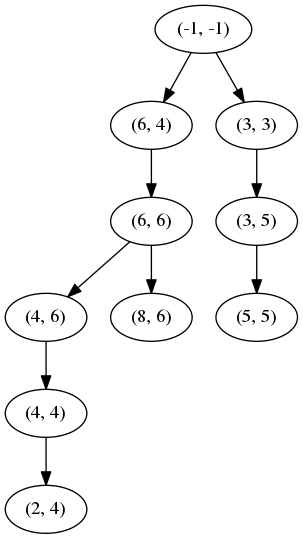
groupe25/LE_CHEMIN_DES_CHEFS keeps this Graphviz diagram as toto.png. Above is the earlier version. Its source is kept beside it as toto.dot.
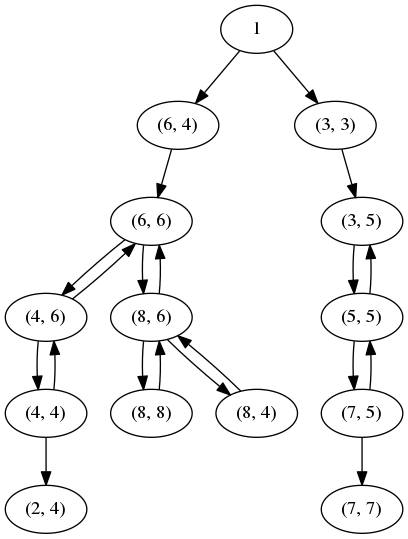
After the change.

Diff of the diagram source:
```diff
@@ -1,21 +1,36 @@
 strict digraph G {
-"(6, 4)";
-"(4, 4)" [rang=1];
-"(4, 6)" [rang=1];
-"(6, 6)" [rang=1];
-"(5, 5)" [rang=1];
-"(8, 6)" [rang=2];
-"(-1, -1)";
-"(2, 4)" [rang=1];
-"(3, 5)" [rang=1];
-"(3, 3)";
-"(6, 4)" -> "(6, 6)";
-"(4, 4)" -> "(2, 4)";
+1 [niveau=0];
+"(4, 6)" [niveau=5];
+"(6, 6)" [niveau=4];
+"(4, 4)" [niveau=4];
+"(5, 5)" [niveau=5];
+"(3, 5)" [niveau=4];
+"(8, 8)" [niveau=4];
+"(7, 5)" [niveau=4];
+"(7, 7)" [niveau=5];
+"(8, 6)" [niveau=5];
+"(6, 4)" [niveau=1];
+"(8, 4)" [niveau=4];
+"(2, 4)" [niveau=5];
+"(3, 3)" [niveau=1];
+1 -> "(6, 4)";
+1 -> "(3, 3)";
 "(4, 6)" -> "(4, 4)";
+"(4, 6)" -> "(6, 6)";
 "(6, 6)" -> "(8, 6)";
 "(6, 6)" -> "(4, 6)";
-"(-1, -1)" -> "(6, 4)";
-"(-1, -1)" -> "(3, 3)";
+"(4, 4)" -> "(2, 4)";
+"(4, 4)" -> "(4, 6)";
+"(5, 5)" -> "(7, 5)";
+"(5, 5)" -> "(3, 5)";
 "(3, 5)" -> "(5, 5)";
+"(8, 8)" -> "(8, 6)";
+"(7, 5)" -> "(5, 5)";
+"(7, 5)" -> "(7, 7)";
+"(8, 6)" -> "(8, 8)";
+"(8, 6)" -> "(8, 4)";
+"(8, 6)" -> "(6, 6)";
+"(6, 4)" -> "(6, 6)";
+"(8, 4)" -> "(8, 6)";
 "(3, 3)" -> "(3, 5)";
 }
```
